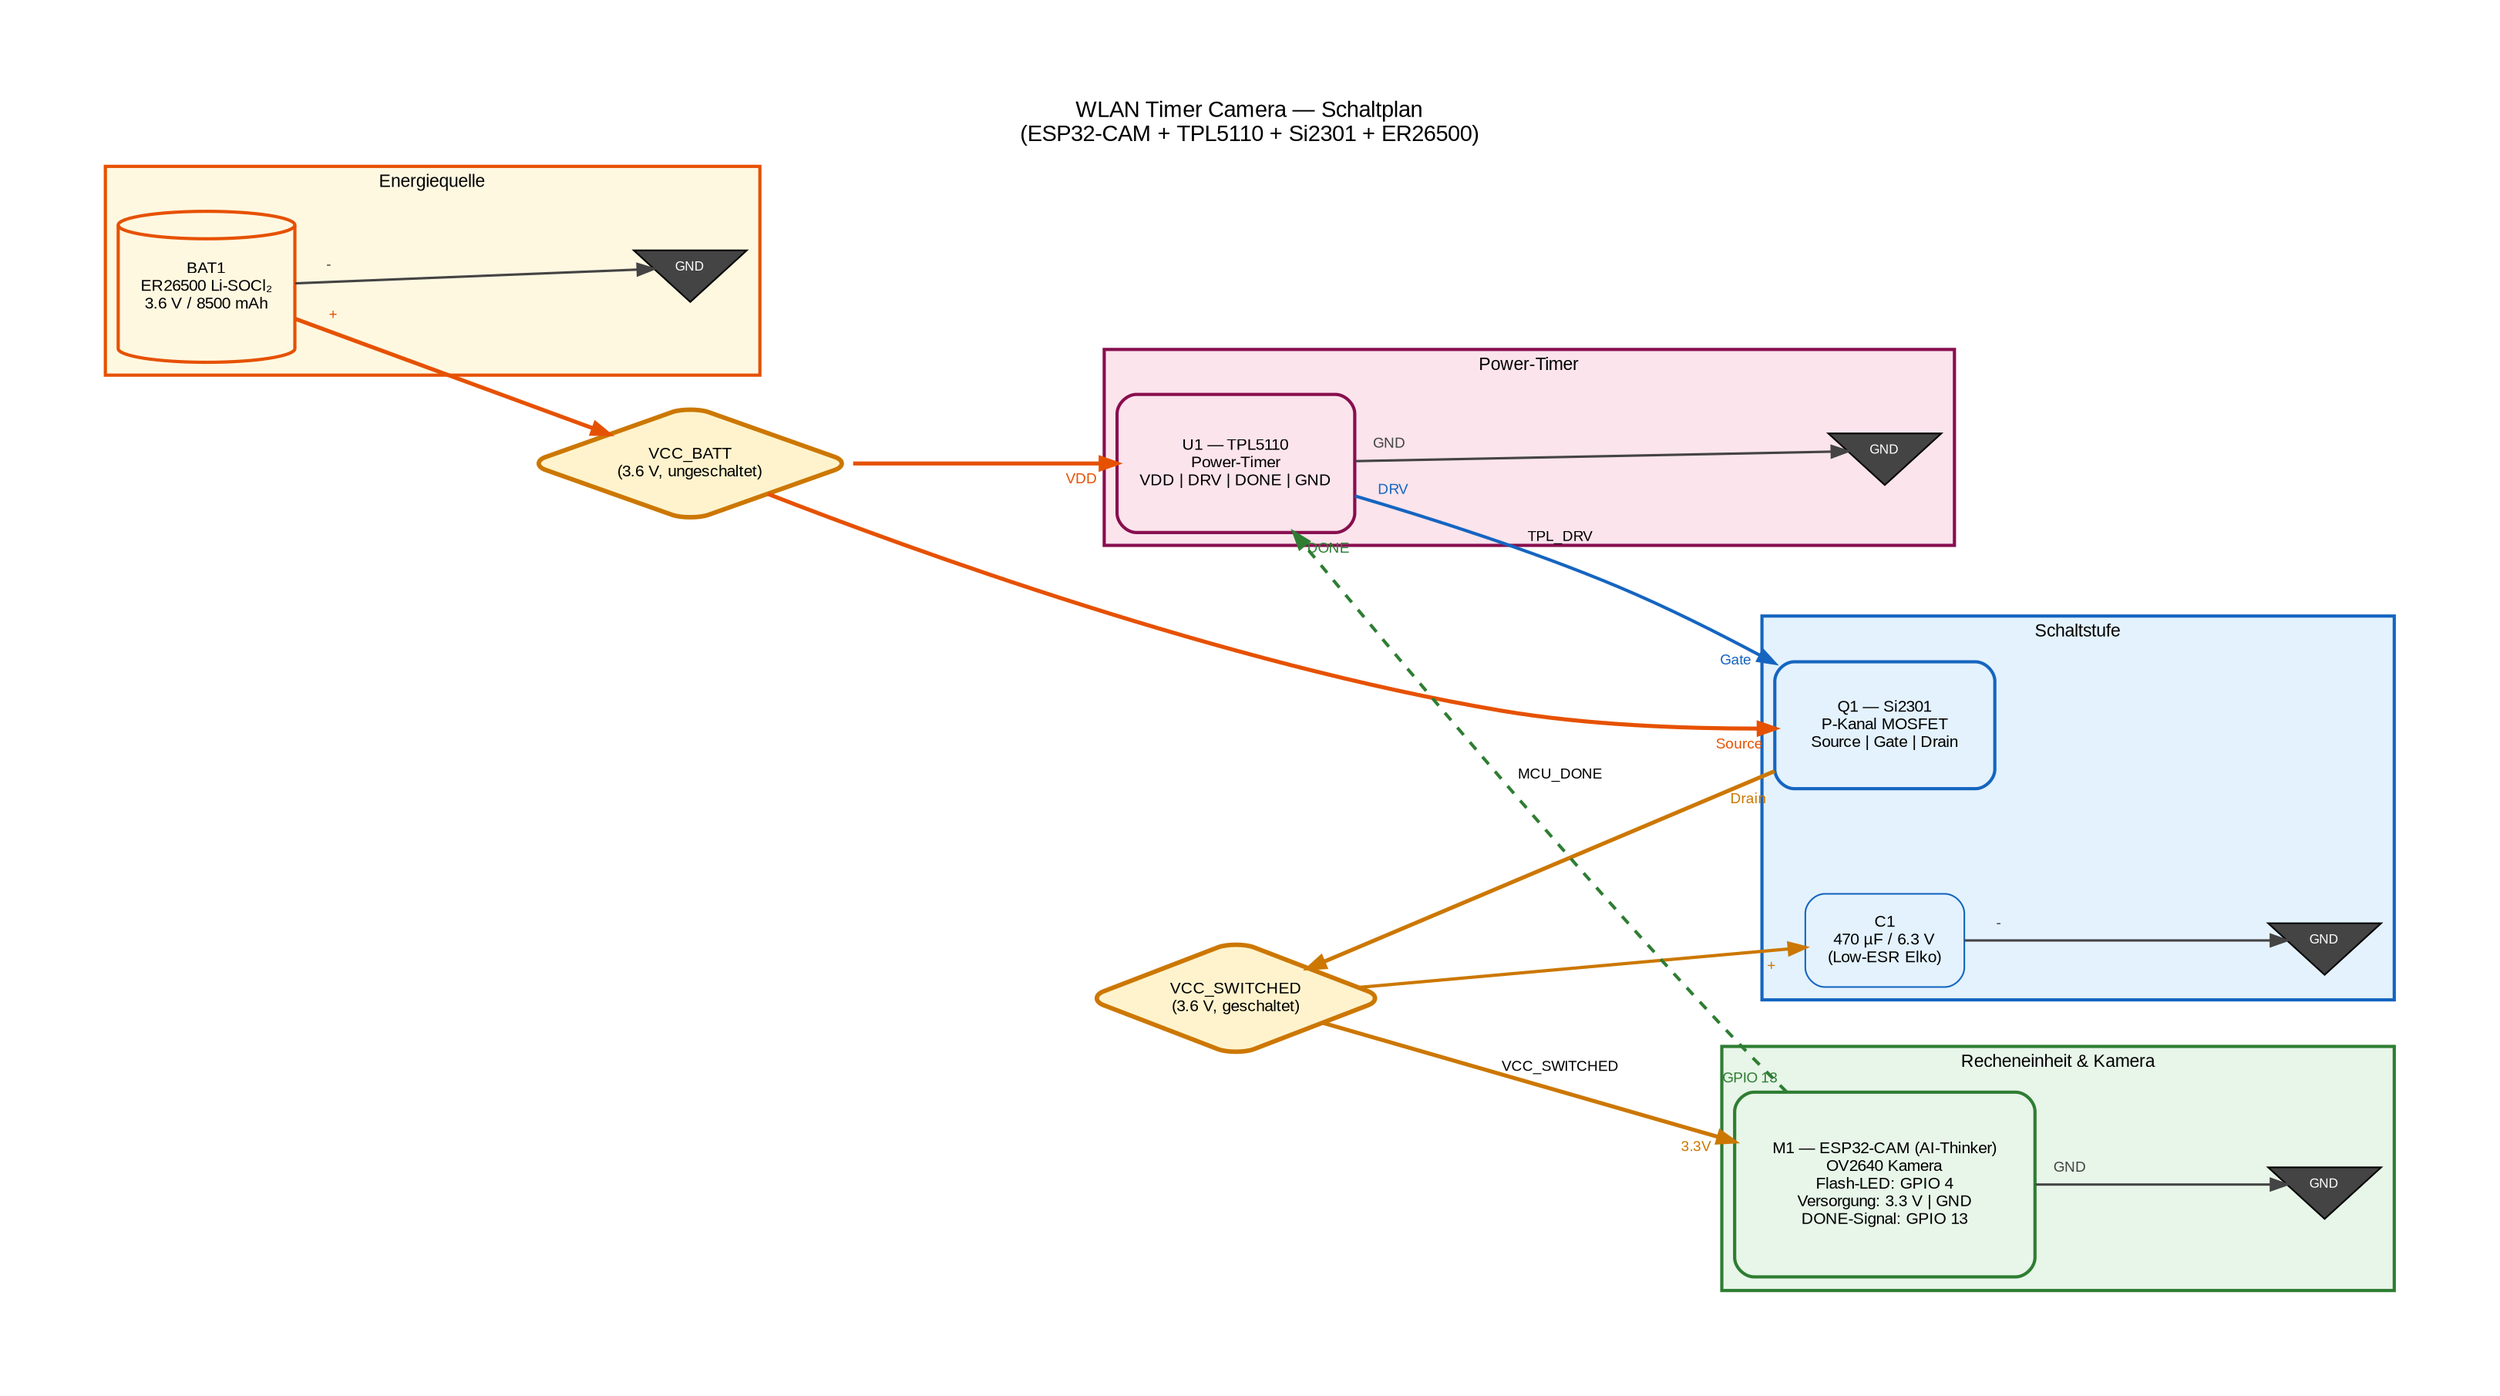
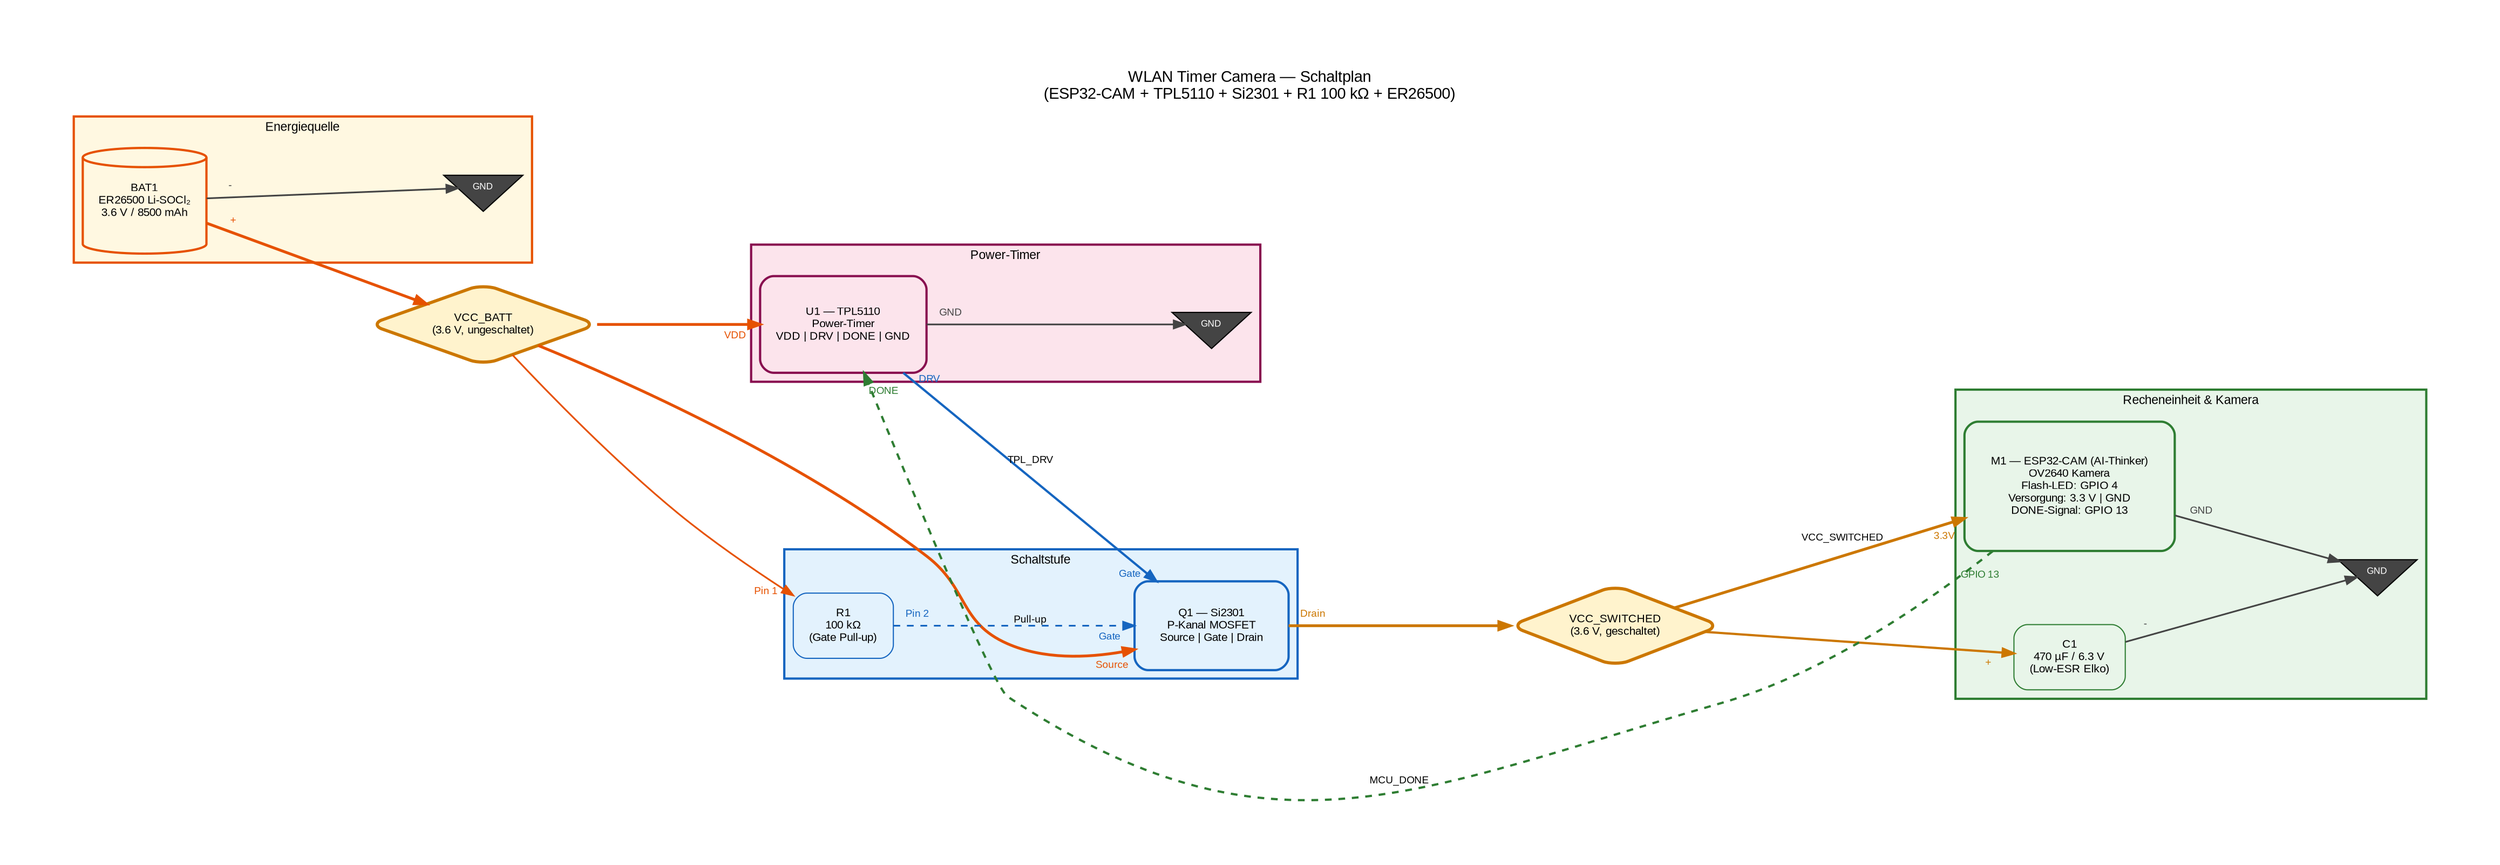
digraph WlanTimerCamera {
    graph [
        rankdir=LR
        fontname="Arial"
        fontsize=14
-         label="WLAN Timer Camera — Schaltplan\n(ESP32-CAM + TPL5110 + Si2301 + ER26500)"
+         label="WLAN Timer Camera — Schaltplan\n(ESP32-CAM + TPL5110 + Si2301 + R1 100 kΩ + ER26500)"
        labelloc=t
        labeljust=c
        splines=spline
        nodesep=0.9
        ranksep=2.0
        compound=true
        bgcolor=white
        pad=0.8
    ]
    node [fontname="Arial" fontsize=10 style="filled,rounded" shape=box margin="0.2,0.12"]
    edge [
        fontname="Arial"
        fontsize=9
        penwidth=1.5
        labelfontsize=9
        labeldistance=2.4
        labelangle=25
    ]

    // ── GND-Symbole (je eines pro Cluster) ───────────────────────────────────
    node [shape=invtriangle style=filled fillcolor="#444444" fontcolor=white
          fontsize=8 width=0.4 height=0.28 margin="0.04,0.04" label="GND"]
-     gnd_src  gnd_timer  gnd_switch  gnd_mcu
+     gnd_src  gnd_timer  gnd_mcu

    // Normalen Node-Stil wiederherstellen
    node [shape=box style="filled,rounded" fontsize=10 fontcolor=black margin="0.2,0.12"]

    // ── Zwischenpotenziale (Diamonds) ────────────────────────────────────────
    VCC_BATT [
        label="VCC_BATT\n(3.6 V, ungeschaltet)"
        shape=diamond
        fillcolor="#FFF3CD" color="#CC7700" penwidth=2.8
        width=2.2 height=1.0 fontsize=10
    ]
    VCC_SWITCHED [
        label="VCC_SWITCHED\n(3.6 V, geschaltet)"
        shape=diamond
        fillcolor="#FFF3CD" color="#CC7700" penwidth=2.8
        width=2.2 height=1.0 fontsize=10
    ]

    // ── Cluster: Energiequelle ───────────────────────────────────────────────
    subgraph cluster_source {
        label="Energiequelle"
        style=filled fillcolor="#FFF8E1" color="#E65100" penwidth=2
        fontname="Arial" fontsize=11

        BAT1 [
            label="BAT1\nER26500 Li-SOCl₂\n3.6 V / 8500 mAh"
            shape=cylinder width=1.2 height=1.3
            fillcolor="#FFF8E1" color="#E65100" penwidth=2
        ]
        gnd_src
    }

    // ── Cluster: Power-Timer ─────────────────────────────────────────────────
    subgraph cluster_timer {
        label="Power-Timer"
        style=filled fillcolor="#FCE4EC" color="#880E4F" penwidth=2
        fontname="Arial" fontsize=11

        U1 [
            label="U1 — TPL5110\nPower-Timer\nVDD | DRV | DONE | GND"
            shape=box width=2.0 height=1.2
            fillcolor="#FCE4EC" color="#880E4F" penwidth=2
        ]
        gnd_timer
    }

    // ── Cluster: Schaltstufe ─────────────────────────────────────────────────
    subgraph cluster_switch {
        label="Schaltstufe"
        style=filled fillcolor="#E3F2FD" color="#1565C0" penwidth=2
        fontname="Arial" fontsize=11

        Q1 [
            label="Q1 — Si2301\nP-Kanal MOSFET\nSource | Gate | Drain"
            shape=box width=1.9 height=1.1
            fillcolor="#E3F2FD" color="#1565C0" penwidth=2
        ]
-         C1 [
-             label="C1\n470 µF / 6.3 V\n(Low-ESR Elko)"
+         R1 [
+             label="R1\n100 kΩ\n(Gate Pull-up)"
            shape=box width=1.1 height=0.8
            fillcolor="#E3F2FD" color="#1565C0"
        ]
-         gnd_switch
    }

    // ── Cluster: Recheneinheit & Kamera ──────────────────────────────────────
    subgraph cluster_mcu {
        label="Recheneinheit & Kamera"
        style=filled fillcolor="#E8F5E9" color="#2E7D32" penwidth=2
        fontname="Arial" fontsize=11

        M1 [
            label="M1 — ESP32-CAM (AI-Thinker)\nOV2640 Kamera\nFlash-LED: GPIO 4\nVersorgung: 3.3 V | GND\nDONE-Signal: GPIO 13"
            shape=box width=2.6 height=1.6
            fillcolor="#E8F5E9" color="#2E7D32" penwidth=2
+         ]
+         C1 [
+             label="C1\n470 µF / 6.3 V\n(Low-ESR Elko)"
+             shape=box width=1.1 height=0.8
+             fillcolor="#E8F5E9" color="#2E7D32"
        ]
        gnd_mcu
    }

    // ── Kanten: Versorgungspfad ──────────────────────────────────────────────

    // Batterie → VCC_BATT-Schiene
    BAT1 -> VCC_BATT [
        taillabel="+"  headlabel=""
        color="#E65100" penwidth=2.5 labelfontcolor="#E65100"
    ]

    // VCC_BATT → U1 (Dauerstrom für Timer)
    VCC_BATT -> U1 [
        taillabel=""  headlabel="VDD"
        color="#E65100" penwidth=2.5 labelfontcolor="#E65100"
    ]

    // VCC_BATT → Q1 Source (Hauptstrom)
    VCC_BATT -> Q1 [
        taillabel=""  headlabel="Source"
        color="#E65100" penwidth=2.5 labelfontcolor="#E65100"
        constraint=false
    ]

+     // VCC_BATT → R1 Pin 1 (Pull-up Versorgung)
+     VCC_BATT -> R1 [
+         taillabel=""  headlabel="Pin 1"
+         color="#E65100" penwidth=1.5 labelfontcolor="#E65100"
+         constraint=false
+     ]
+ 
    // ── Kante: Steuersignal DRV ──────────────────────────────────────────────
    U1 -> Q1 [
        taillabel="DRV"  headlabel="Gate"
        color="#1565C0" penwidth=2 labelfontcolor="#1565C0"
        label="TPL_DRV"
+     ]
+ 
+     // R1 Pin 2 → Q1 Gate (Pull-up hält Gate auf VCC_BATT wenn DRV hochohmig)
+     R1 -> Q1 [
+         taillabel="Pin 2"  headlabel="Gate"
+         color="#1565C0" penwidth=1.5 style=dashed labelfontcolor="#1565C0"
+         label="Pull-up"
    ]

    // ── Kanten: Geschalteter Pfad ────────────────────────────────────────────

    // Q1 Drain → VCC_SWITCHED-Schiene
    Q1 -> VCC_SWITCHED [
        taillabel="Drain"  headlabel=""
        color="#CC7700" penwidth=2.5 labelfontcolor="#CC7700"
    ]

    // VCC_SWITCHED → C1 (Glättung)
    VCC_SWITCHED -> C1 [
        taillabel=""  headlabel="+"
        color="#CC7700" penwidth=2 labelfontcolor="#CC7700"
    ]

    // VCC_SWITCHED → M1 (Versorgung ESP32-CAM)
    VCC_SWITCHED -> M1 [
        taillabel=""  headlabel="3.3V"
        color="#CC7700" penwidth=2.5 labelfontcolor="#CC7700"
        label="VCC_SWITCHED"
    ]

    // ── Kante: MCU_DONE-Signal (Feedback) ───────────────────────────────────
    M1 -> U1 [
        taillabel="GPIO 13"  headlabel="DONE"
        color="#2E7D32" penwidth=2 labelfontcolor="#2E7D32"
        label="MCU_DONE" style=dashed
        constraint=false
    ]

    // ── GND-Verbindungen ─────────────────────────────────────────────────────
    BAT1 -> gnd_src [
        taillabel="-"  headlabel=""
        color="#444444" penwidth=1.5 labelfontcolor="#444444"
    ]
    U1 -> gnd_timer [
        taillabel="GND"  headlabel=""
        color="#444444" penwidth=1.5 labelfontcolor="#444444"
    ]
-     C1 -> gnd_switch [
+     C1 -> gnd_mcu [
        taillabel="-"  headlabel=""
        color="#444444" penwidth=1.5 labelfontcolor="#444444"
    ]
    M1 -> gnd_mcu [
        taillabel="GND"  headlabel=""
        color="#444444" penwidth=1.5 labelfontcolor="#444444"
    ]
}
